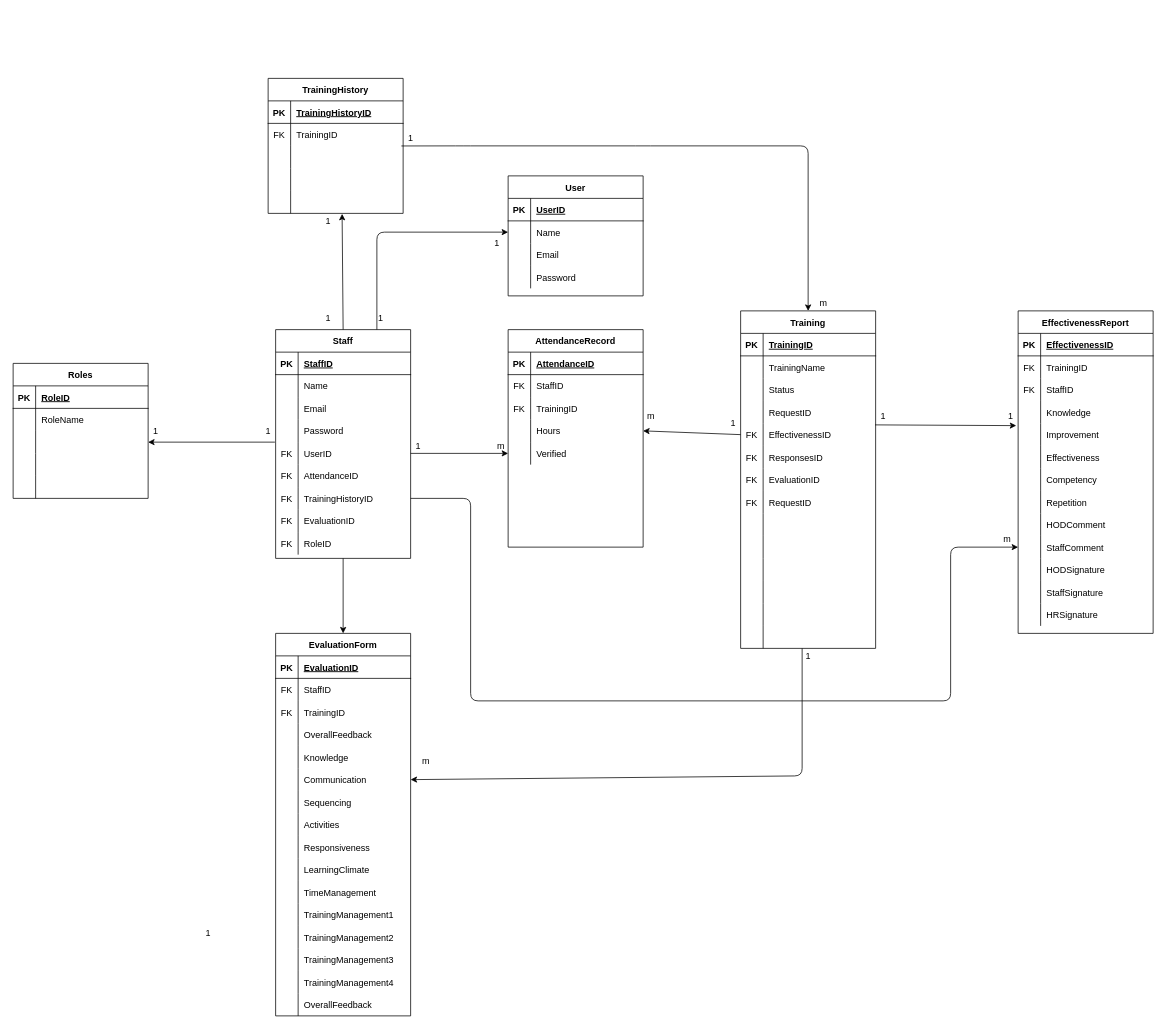
Before: BCCKErDiagram.drawio in LastMinuteBanter/DistinctionTaskUML, a draw.io diagram. Source tidied: cells renumbered, new cells numbered last; positions are measured from the earlier drawing's top-left corner, leaving out a move shared by most shapes. Both pictures are drawn from the tidied source at 75%, with x=0, y=0 at pixel (13, 78).
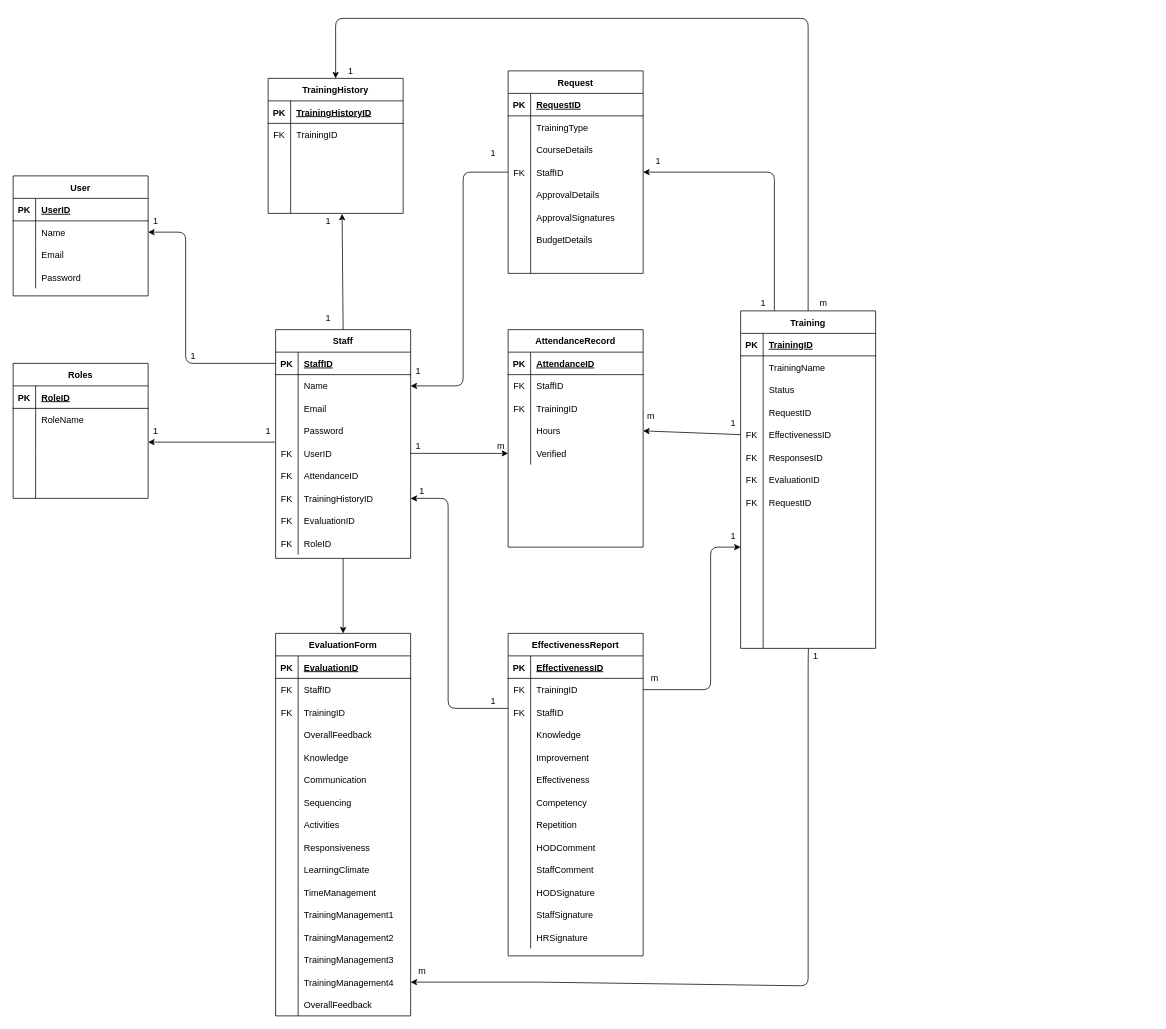
The same page after the edit.

Unchanged cells that the change refers to:
```xml
<mxCell id="2" value="Staff" style="shape=table;startSize=30;childLayout=tableLayout;rowLines=0;fontStyle=1;align=center;" parent="1" vertex="1">
  <mxGeometry x="350" y="335" width="180" height="305" as="geometry" />
</mxCell>
<mxCell id="3" style="shape=partialRectangle;fillColor=none;top=0;left=0;bottom=1;right=0;points=[[0,0.5],[1,0.5]];portConstraint=eastwest;" parent="2" vertex="1">
  <mxGeometry y="30" width="180" height="30" as="geometry" />
</mxCell>
<mxCell id="6" style="shape=partialRectangle;fillColor=none;top=0;left=0;bottom=0;right=0;points=[[0,0.5],[1,0.5]];portConstraint=eastwest;" parent="2" vertex="1">
  <mxGeometry y="60" width="180" height="30" as="geometry" />
</mxCell>
<mxCell id="21" style="shape=partialRectangle;fillColor=none;top=0;left=0;bottom=0;right=0;points=[[0,0.5],[1,0.5]];portConstraint=eastwest;" parent="2" vertex="1">
  <mxGeometry y="210" width="180" height="30" as="geometry" />
</mxCell>
<mxCell id="30" value="Training" style="shape=table;startSize=30;childLayout=tableLayout;rowLines=0;fontStyle=1;align=center;" parent="1" vertex="1">
  <mxGeometry x="970" y="310" width="180" height="450" as="geometry" />
</mxCell>
<mxCell id="43" style="shape=partialRectangle;fillColor=none;top=0;left=0;bottom=0;right=0;points=[[0,0.5],[1,0.5]];portConstraint=eastwest;" parent="30" vertex="1">
  <mxGeometry y="150" width="180" height="30" as="geometry" />
</mxCell>
<mxCell id="58" style="shape=partialRectangle;fillColor=none;top=0;left=0;bottom=0;right=0;points=[[0,0.5],[1,0.5]];portConstraint=eastwest;" parent="30" vertex="1">
  <mxGeometry y="300" width="180" height="30" as="geometry" />
</mxCell>
<mxCell id="70" style="shape=partialRectangle;fillColor=none;top=0;left=0;bottom=0;right=0;points=[[0,0.5],[1,0.5]];portConstraint=eastwest;" parent="30" vertex="1">
  <mxGeometry y="420" width="180" height="30" as="geometry" />
</mxCell>
<mxCell id="77" style="shape=partialRectangle;fillColor=none;top=0;left=0;bottom=0;right=0;points=[[0,0.5],[1,0.5]];portConstraint=eastwest;" parent="73" vertex="1">
  <mxGeometry y="60" width="180" height="30" as="geometry" />
</mxCell>
<mxCell id="83" style="shape=partialRectangle;fillColor=none;top=0;left=0;bottom=0;right=0;points=[[0,0.5],[1,0.5]];portConstraint=eastwest;" parent="73" vertex="1">
  <mxGeometry y="120" width="180" height="30" as="geometry" />
</mxCell>
<mxCell id="101" style="shape=partialRectangle;fillColor=none;top=0;left=0;bottom=0;right=0;points=[[0,0.5],[1,0.5]];portConstraint=eastwest;" parent="73" vertex="1">
  <mxGeometry y="300" width="180" height="30" as="geometry" />
</mxCell>
<mxCell id="129" style="shape=partialRectangle;fillColor=none;top=0;left=0;bottom=0;right=0;points=[[0,0.5],[1,0.5]];portConstraint=eastwest;" parent="113" vertex="1">
  <mxGeometry y="180" width="180" height="30" as="geometry" />
</mxCell>
<mxCell id="156" style="shape=partialRectangle;fillColor=none;top=0;left=0;bottom=0;right=0;points=[[0,0.5],[1,0.5]];portConstraint=eastwest;" parent="113" vertex="1">
  <mxGeometry y="450" width="180" height="30" as="geometry" />
</mxCell>
<mxCell id="194" value="TrainingHistory" style="shape=table;startSize=30;childLayout=tableLayout;rowLines=0;fontStyle=1;align=center;" parent="1" vertex="1">
  <mxGeometry x="340" width="180" height="180" as="geometry" />
</mxCell>
<mxCell id="201" style="shape=partialRectangle;fillColor=none;top=0;left=0;bottom=0;right=0;points=[[0,0.5],[1,0.5]];portConstraint=eastwest;" parent="194" vertex="1">
  <mxGeometry y="90" width="180" height="30" as="geometry" />
</mxCell>
<mxCell id="227" style="shape=partialRectangle;fillColor=none;top=0;left=0;bottom=0;right=0;points=[[0,0.5],[1,0.5]];portConstraint=eastwest;" parent="223" vertex="1">
  <mxGeometry y="60" width="180" height="30" as="geometry" />
</mxCell>
```

Change to the diagram source:
```diff
@@
     <mxCell id="73" value="EffectivenessReport" style="shape=table;startSize=30;childLayout=tableLayout;rowLines=0;fontStyle=1;align=center;" parent="1" vertex="1">
-      <mxGeometry x="1340" y="310" width="180" height="430" as="geometry" />
+      <mxGeometry x="660" y="740" width="180" height="430" as="geometry" />
     </mxCell>
@@
-    <mxCell id="213" style="endArrow=classic;html=1;entryX=1;entryY=0.5;entryDx=0;entryDy=0;" parent="1" edge="1" target="129">
+    <mxCell id="213" style="endArrow=classic;html=1;entryX=1;entryY=0.5;entryDx=0;entryDy=0;exitX=0.502;exitY=1.01;exitDx=0;exitDy=0;exitPerimeter=0;" parent="1" edge="1" source="70" target="156">
       <mxGeometry relative="1" as="geometry">
-        <mxPoint x="1052" y="760" as="sourcePoint" />
         <Array as="points">
-          <mxPoint x="1052" y="930" />
+          <mxPoint x="1060" y="780" />
+          <mxPoint x="1060" y="1210" />
+          <mxPoint x="700" y="1205" />
         </Array>
       </mxGeometry>
     </mxCell>
@@
-    <mxCell id="215" style="endArrow=classic;html=1;entryX=0.5;entryY=0;entryDx=0;entryDy=0;exitX=0.987;exitY=0.004;exitDx=0;exitDy=0;exitPerimeter=0;" parent="1" edge="1" source="201" target="30">
-      <mxGeometry relative="1" as="geometry">
-        <Array as="points">
-          <mxPoint x="600" y="90" />
-          <mxPoint x="840" y="90" />
-          <mxPoint x="1060" y="90" />
-        </Array>
-      </mxGeometry>
-    </mxCell>
@@
-    <mxCell id="222" style="endArrow=classic;html=1;exitX=0.996;exitY=0.067;exitDx=0;exitDy=0;entryX=-0.014;entryY=1.1;entryDx=0;entryDy=0;entryPerimeter=0;exitPerimeter=0;" parent="1" edge="1" source="43" target="83">
-      <mxGeometry relative="1" as="geometry" />
-    </mxCell>
     <mxCell id="223" value="User" style="shape=table;startSize=30;childLayout=tableLayout;rowLines=0;fontStyle=1;align=center;" parent="1" vertex="1">
-      <mxGeometry x="660" y="130" width="180" height="160" as="geometry" />
+      <mxGeometry y="130" width="180" height="160" as="geometry" />
     </mxCell>
@@
-    <mxCell id="236" style="endArrow=classic;html=1;entryX=0;entryY=0.5;entryDx=0;entryDy=0;exitX=0.75;exitY=0;exitDx=0;exitDy=0;" parent="1" edge="1" source="2" target="227">
+    <mxCell id="236" style="endArrow=classic;html=1;exitX=0;exitY=0.5;exitDx=0;exitDy=0;" parent="1" edge="1" source="3">
       <mxGeometry relative="1" as="geometry">
+        <mxPoint x="180" y="205" as="targetPoint" />
         <Array as="points">
-          <mxPoint x="485" y="205" />
+          <mxPoint x="230" y="380" />
+          <mxPoint x="230" y="205" />
         </Array>
       </mxGeometry>
     </mxCell>
-    <mxCell id="237" value="1" style="text;html=1;align=center;verticalAlign=middle;" parent="1" vertex="1">
-      <mxGeometry x="1150" y="440" width="20" height="20" as="geometry" />
-    </mxCell>
-    <mxCell id="238" value="1" style="text;html=1;align=center;verticalAlign=middle;" parent="1" vertex="1">
-      <mxGeometry x="1320" y="440" width="20" height="20" as="geometry" />
-    </mxCell>
     <mxCell id="239" value="1" style="text;html=1;align=center;verticalAlign=middle;" parent="1" vertex="1">
-      <mxGeometry x="480" y="310" width="20" height="20" as="geometry" />
+      <mxGeometry x="230" y="360" width="20" height="20" as="geometry" />
     </mxCell>
     <mxCell id="240" value="1" style="text;html=1;align=center;verticalAlign=middle;" parent="1" vertex="1">
-      <mxGeometry x="635" y="210" width="20" height="20" as="geometry" />
+      <mxGeometry x="180" y="180" width="20" height="20" as="geometry" />
     </mxCell>
@@
-    <mxCell id="243" value="1" style="text;html=1;align=center;verticalAlign=middle;" parent="1" vertex="1">
-      <mxGeometry x="520" y="70" width="20" height="20" as="geometry" />
-    </mxCell>
-    <mxCell id="244" value="m" style="text;html=1;align=center;verticalAlign=middle;" parent="1" vertex="1">
-      <mxGeometry x="1065" y="290" width="30" height="20" as="geometry" />
-    </mxCell>
     <mxCell id="245" value="m" style="text;html=1;align=center;verticalAlign=middle;" parent="1" vertex="1">
-      <mxGeometry x="535" y="900" width="30" height="20" as="geometry" />
+      <mxGeometry x="530" y="1180" width="30" height="20" as="geometry" />
     </mxCell>
     <mxCell id="246" value="1" style="text;html=1;align=center;verticalAlign=middle;" parent="1" vertex="1">
-      <mxGeometry x="1050" y="760" width="20" height="20" as="geometry" />
+      <mxGeometry x="1060" y="760" width="20" height="20" as="geometry" />
     </mxCell>
@@
-    <mxCell id="248" value="1" style="text;html=1;align=center;verticalAlign=middle;" parent="1" vertex="1">
-      <mxGeometry x="250" y="1130" width="20" height="20" as="geometry" />
-    </mxCell>
-    <mxCell id="249" style="endArrow=classic;html=1;exitX=1;exitY=0.5;exitDx=0;exitDy=0;entryX=0;entryY=0.5;entryDx=0;entryDy=0;" parent="1" edge="1" source="21" target="101">
-      <mxGeometry relative="1" as="geometry">
-        <Array as="points">
-          <mxPoint x="610" y="560" />
-          <mxPoint x="610" y="830" />
-          <mxPoint x="1250" y="830" />
-          <mxPoint x="1250" y="625" />
-        </Array>
-      </mxGeometry>
-    </mxCell>
-    <mxCell id="250" value="&amp;nbsp;" style="text;html=1;align=center;verticalAlign=middle;" parent="1" vertex="1">
-      <mxGeometry x="530" y="540" width="20" height="20" as="geometry" />
+    <mxCell id="250" value="1" style="text;html=1;align=center;verticalAlign=middle;" parent="1" vertex="1">
+      <mxGeometry x="535" y="540" width="20" height="20" as="geometry" />
     </mxCell>
+    <mxCell id="252" value="Request" style="shape=table;startSize=30;childLayout=tableLayout;rowLines=0;fontStyle=1;align=center;" parent="1" vertex="1">
+      <mxGeometry x="660" y="-10" width="180" height="270" as="geometry" />
+    </mxCell>
+    <mxCell id="253" style="shape=partialRectangle;fillColor=none;top=0;left=0;bottom=1;right=0;" parent="252" vertex="1">
+      <mxGeometry y="30" width="180" height="30" as="geometry" />
+    </mxCell>
+    <mxCell id="254" value="PK" style="shape=partialRectangle;fillColor=none;top=0;left=0;bottom=0;right=0;fontStyle=1;overflow=hidden;" parent="253" vertex="1">
+      <mxGeometry width="30" height="30" as="geometry" />
+    </mxCell>
+    <mxCell id="255" value="RequestID" style="shape=partialRectangle;fillColor=none;top=0;left=0;bottom=0;right=0;align=left;spacingLeft=6;fontStyle=5;overflow=hidden;" parent="253" vertex="1">
+      <mxGeometry x="30" width="150" height="30" as="geometry" />
+    </mxCell>
+    <mxCell id="256" style="shape=partialRectangle;fillColor=none;top=0;left=0;bottom=0;right=0;" parent="252" vertex="1">
+      <mxGeometry y="60" width="180" height="30" as="geometry" />
+    </mxCell>
+    <mxCell id="257" style="shape=partialRectangle;fillColor=none;top=0;left=0;bottom=0;right=0;overflow=hidden;" parent="256" vertex="1">
+      <mxGeometry width="30" height="30" as="geometry" />
+    </mxCell>
+    <mxCell id="258" value="TrainingType" style="shape=partialRectangle;fillColor=none;top=0;left=0;bottom=0;right=0;align=left;spacingLeft=6;overflow=hidden;" parent="256" vertex="1">
+      <mxGeometry x="30" width="150" height="30" as="geometry" />
+    </mxCell>
+    <mxCell id="259" style="shape=partialRectangle;fillColor=none;top=0;left=0;bottom=0;right=0;" parent="252" vertex="1">
+      <mxGeometry y="90" width="180" height="30" as="geometry" />
+    </mxCell>
+    <mxCell id="260" style="shape=partialRectangle;fillColor=none;top=0;left=0;bottom=0;right=0;overflow=hidden;" parent="259" vertex="1">
+      <mxGeometry width="30" height="30" as="geometry" />
+    </mxCell>
+    <mxCell id="261" value="CourseDetails" style="shape=partialRectangle;fillColor=none;top=0;left=0;bottom=0;right=0;align=left;spacingLeft=6;overflow=hidden;" parent="259" vertex="1">
+      <mxGeometry x="30" width="150" height="30" as="geometry" />
+    </mxCell>
+    <mxCell id="262" style="shape=partialRectangle;fillColor=none;top=0;left=0;bottom=0;right=0;points=[[0,0.5],[1,0.5]];portConstraint=eastwest;" parent="252" vertex="1">
+      <mxGeometry y="120" width="180" height="30" as="geometry" />
+    </mxCell>
+    <mxCell id="263" value="FK" style="shape=partialRectangle;fillColor=none;top=0;left=0;bottom=0;right=0;overflow=hidden;" parent="262" vertex="1">
+      <mxGeometry width="30" height="30" as="geometry" />
+    </mxCell>
+    <mxCell id="264" value="StaffID" style="shape=partialRectangle;fillColor=none;top=0;left=0;bottom=0;right=0;align=left;spacingLeft=6;overflow=hidden;" parent="262" vertex="1">
+      <mxGeometry x="30" width="150" height="30" as="geometry" />
+    </mxCell>
+    <mxCell id="265" style="shape=partialRectangle;fillColor=none;top=0;left=0;bottom=0;right=0;" parent="252" vertex="1">
+      <mxGeometry y="150" width="180" height="30" as="geometry" />
+    </mxCell>
+    <mxCell id="266" style="shape=partialRectangle;fillColor=none;top=0;left=0;bottom=0;right=0;overflow=hidden;" parent="265" vertex="1">
+      <mxGeometry width="30" height="30" as="geometry" />
+    </mxCell>
+    <mxCell id="267" value="ApprovalDetails" style="shape=partialRectangle;fillColor=none;top=0;left=0;bottom=0;right=0;align=left;spacingLeft=6;overflow=hidden;" parent="265" vertex="1">
+      <mxGeometry x="30" width="150" height="30" as="geometry" />
+    </mxCell>
+    <mxCell id="268" style="shape=partialRectangle;fillColor=none;top=0;left=0;bottom=0;right=0;" parent="252" vertex="1">
+      <mxGeometry y="180" width="180" height="30" as="geometry" />
+    </mxCell>
+    <mxCell id="269" style="shape=partialRectangle;fillColor=none;top=0;left=0;bottom=0;right=0;overflow=hidden;" parent="268" vertex="1">
+      <mxGeometry width="30" height="30" as="geometry" />
+    </mxCell>
+    <mxCell id="270" value="ApprovalSignatures" style="shape=partialRectangle;fillColor=none;top=0;left=0;bottom=0;right=0;align=left;spacingLeft=6;overflow=hidden;" parent="268" vertex="1">
+      <mxGeometry x="30" width="150" height="30" as="geometry" />
+    </mxCell>
+    <mxCell id="271" style="shape=partialRectangle;fillColor=none;top=0;left=0;bottom=0;right=0;" parent="252" vertex="1">
+      <mxGeometry y="210" width="180" height="30" as="geometry" />
+    </mxCell>
+    <mxCell id="272" style="shape=partialRectangle;fillColor=none;top=0;left=0;bottom=0;right=0;overflow=hidden;" parent="271" vertex="1">
+      <mxGeometry width="30" height="30" as="geometry" />
+    </mxCell>
+    <mxCell id="273" value="BudgetDetails" style="shape=partialRectangle;fillColor=none;top=0;left=0;bottom=0;right=0;align=left;spacingLeft=6;overflow=hidden;" parent="271" vertex="1">
+      <mxGeometry x="30" width="150" height="30" as="geometry" />
+    </mxCell>
+    <mxCell id="274" style="shape=partialRectangle;fillColor=none;top=0;left=0;bottom=0;right=0;" parent="252" vertex="1">
+      <mxGeometry y="240" width="180" height="30" as="geometry" />
+    </mxCell>
+    <mxCell id="275" style="shape=partialRectangle;fillColor=none;top=0;left=0;bottom=0;right=0;overflow=hidden;" parent="274" vertex="1">
+      <mxGeometry width="30" height="30" as="geometry" />
+    </mxCell>
+    <mxCell id="276" style="shape=partialRectangle;fillColor=none;top=0;left=0;bottom=0;right=0;align=left;spacingLeft=6;overflow=hidden;" parent="274" vertex="1">
+      <mxGeometry x="30" width="150" height="30" as="geometry" />
+    </mxCell>
+    <mxCell id="277" style="endArrow=classic;html=1;exitX=0.5;exitY=0;exitDx=0;exitDy=0;entryX=0.5;entryY=0;entryDx=0;entryDy=0;" parent="1" edge="1" source="30" target="194">
+      <mxGeometry relative="1" as="geometry">
+        <Array as="points">
+          <mxPoint x="1060" y="-80" />
+          <mxPoint x="430" y="-80" />
+        </Array>
+      </mxGeometry>
+    </mxCell>
+    <mxCell id="278" style="endArrow=classic;html=1;entryX=1;entryY=0.5;entryDx=0;entryDy=0;exitX=0;exitY=0.5;exitDx=0;exitDy=0;" parent="1" edge="1" source="262" target="6">
+      <mxGeometry relative="1" as="geometry">
+        <Array as="points">
+          <mxPoint x="600" y="125" />
+          <mxPoint x="600" y="410" />
+        </Array>
+      </mxGeometry>
+    </mxCell>
+    <mxCell id="279" style="endArrow=classic;html=1;exitX=0.25;exitY=0;exitDx=0;exitDy=0;entryX=1;entryY=0.5;entryDx=0;entryDy=0;" parent="1" edge="1" source="30" target="262">
+      <mxGeometry relative="1" as="geometry">
+        <Array as="points">
+          <mxPoint x="1015" y="125" />
+        </Array>
+      </mxGeometry>
+    </mxCell>
+    <mxCell id="280" value="1" style="text;html=1;align=center;verticalAlign=middle;" parent="1" vertex="1">
+      <mxGeometry x="530" y="380" width="20" height="20" as="geometry" />
+    </mxCell>
+    <mxCell id="281" value="1" style="text;html=1;align=center;verticalAlign=middle;" parent="1" vertex="1">
+      <mxGeometry x="630" y="90" width="20" height="20" as="geometry" />
+    </mxCell>
+    <mxCell id="282" style="endArrow=classic;html=1;entryX=1;entryY=0.5;entryDx=0;entryDy=0;" parent="1" edge="1" target="21">
+      <mxGeometry relative="1" as="geometry">
+        <mxPoint x="660" y="840" as="sourcePoint" />
+        <Array as="points">
+          <mxPoint x="580" y="840" />
+          <mxPoint x="580" y="560" />
+        </Array>
+      </mxGeometry>
+    </mxCell>
+    <mxCell id="283" style="endArrow=classic;html=1;exitX=1;exitY=0.5;exitDx=0;exitDy=0;entryX=0;entryY=0.5;entryDx=0;entryDy=0;" parent="1" edge="1" source="77" target="58">
+      <mxGeometry relative="1" as="geometry">
+        <Array as="points">
+          <mxPoint x="930" y="815" />
+          <mxPoint x="930" y="625" />
+        </Array>
+      </mxGeometry>
+    </mxCell>
+    <mxCell id="284" value="1" style="text;html=1;align=center;verticalAlign=middle;" parent="1" vertex="1">
+      <mxGeometry x="630" y="820" width="20" height="20" as="geometry" />
+    </mxCell>
     <mxCell id="251" value="m" style="text;html=1;align=center;verticalAlign=middle;" parent="1" vertex="1">
-      <mxGeometry x="1310" y="605" width="30" height="20" as="geometry" />
+      <mxGeometry x="840" y="790" width="30" height="20" as="geometry" />
     </mxCell>
+    <mxCell id="285" value="1" style="text;html=1;align=center;verticalAlign=middle;" parent="1" vertex="1">
+      <mxGeometry x="950" y="600" width="20" height="20" as="geometry" />
+    </mxCell>
+    <mxCell id="244" value="m" style="text;html=1;align=center;verticalAlign=middle;" parent="1" vertex="1">
+      <mxGeometry x="1065" y="290" width="30" height="20" as="geometry" />
+    </mxCell>
+    <mxCell id="286" value="1" style="text;html=1;align=center;verticalAlign=middle;" parent="1" vertex="1">
+      <mxGeometry x="440" y="-20" width="20" height="20" as="geometry" />
+    </mxCell>
+    <mxCell id="287" value="1" style="text;html=1;align=center;verticalAlign=middle;" parent="1" vertex="1">
+      <mxGeometry x="850" y="100" width="20" height="20" as="geometry" />
+    </mxCell>
+    <mxCell id="288" value="1" style="text;html=1;align=center;verticalAlign=middle;" parent="1" vertex="1">
+      <mxGeometry x="990" y="290" width="20" height="20" as="geometry" />
+    </mxCell>
```
